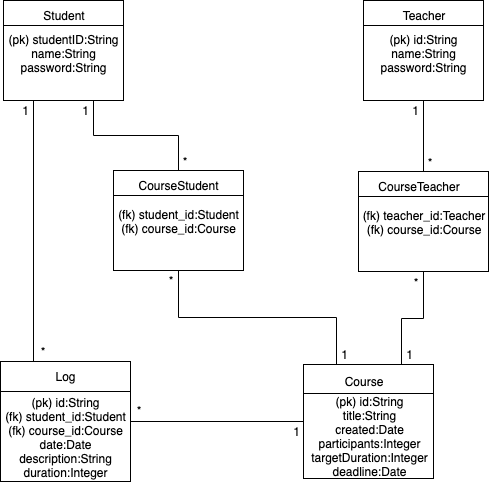
Earlier version of the draw.io export timetracker.png (MikaelTornwall/timetracker). Source tidied: cells renumbered, new cells last; positions are measured from the earlier drawing's top-left corner, leaving out a move shared by most shapes.
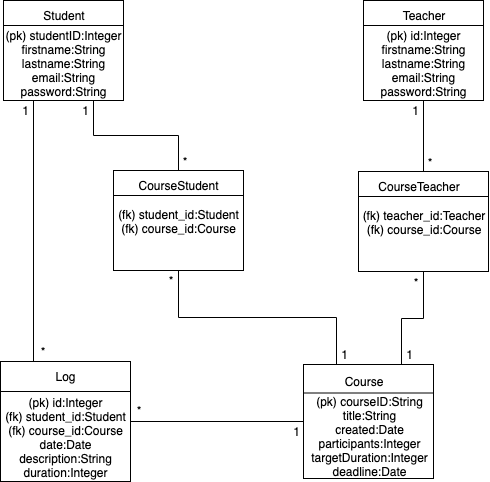
The same file after the commit.

What changed in the source:
```diff
@@ -17,8 +17,8 @@
     <mxCell id="6" value="Student" style="text;html=1;strokeColor=none;fillColor=none;align=center;verticalAlign=middle;whiteSpace=wrap;rounded=0;" parent="1" vertex="1">
       <mxGeometry x="3" width="120" height="30" as="geometry" />
     </mxCell>
-    <mxCell id="7" value="(pk) studentID:String&lt;br style=&quot;font-size: 12px&quot;&gt;name:String&lt;br style=&quot;font-size: 12px&quot;&gt;password:String" style="text;html=1;strokeColor=none;fillColor=none;align=center;verticalAlign=middle;whiteSpace=wrap;rounded=0;spacing=2;spacingTop=0;fontSize=12;" parent="1" vertex="1">
-      <mxGeometry x="3" y="25" width="120" height="55" as="geometry" />
+    <mxCell id="7" value="(pk) studentID:Integer&lt;br style=&quot;font-size: 12px&quot;&gt;firstname:String&lt;br&gt;lastname:String&lt;br&gt;email:String&lt;br style=&quot;font-size: 12px&quot;&gt;password:String" style="text;html=1;strokeColor=none;fillColor=none;align=center;verticalAlign=middle;whiteSpace=wrap;rounded=0;spacing=2;spacingTop=0;fontSize=12;" parent="1" vertex="1">
+      <mxGeometry x="3" y="25" width="120" height="75" as="geometry" />
     </mxCell>
     <mxCell id="8" style="edgeStyle=orthogonalEdgeStyle;rounded=0;jettySize=auto;html=1;exitX=0.5;exitY=1;exitDx=0;exitDy=0;entryX=0.5;entryY=0;entryDx=0;entryDy=0;endArrow=none;endFill=0;strokeWidth=1;fontSize=12;" parent="1" edge="1" source="9" target="31">
       <mxGeometry relative="1" as="geometry" />
@@ -32,8 +32,8 @@
     <mxCell id="11" value="Teacher" style="text;html=1;strokeColor=none;fillColor=none;align=center;verticalAlign=middle;whiteSpace=wrap;rounded=0;" parent="1" vertex="1">
       <mxGeometry x="363" width="120" height="30" as="geometry" />
     </mxCell>
-    <mxCell id="12" value="(pk)&amp;nbsp;id:String&lt;br&gt;name:String&lt;br&gt;password:String" style="text;html=1;strokeColor=none;fillColor=none;align=center;verticalAlign=middle;whiteSpace=wrap;rounded=0;" parent="1" vertex="1">
-      <mxGeometry x="363" y="25" width="120" height="55" as="geometry" />
+    <mxCell id="12" value="(pk)&amp;nbsp;id:Integer&lt;br&gt;firstname:String&lt;br&gt;lastname:String&lt;br&gt;email:String&lt;br&gt;password:String" style="text;html=1;strokeColor=none;fillColor=none;align=center;verticalAlign=middle;whiteSpace=wrap;rounded=0;" parent="1" vertex="1">
+      <mxGeometry x="363" y="25" width="120" height="75" as="geometry" />
     </mxCell>
     <mxCell id="13" style="rounded=0;whiteSpace=wrap;html=1;" parent="1" vertex="1">
       <mxGeometry x="303" y="364" width="130" height="114" as="geometry" />
@@ -44,7 +44,7 @@
     <mxCell id="15" value="Course" style="text;html=1;strokeColor=none;fillColor=none;align=center;verticalAlign=middle;whiteSpace=wrap;rounded=0;" parent="1" vertex="1">
       <mxGeometry x="303" y="366" width="120" height="30" as="geometry" />
     </mxCell>
-    <mxCell id="16" value="(pk)&amp;nbsp;id:String&lt;br&gt;title:String&lt;br&gt;created:Date&lt;br&gt;participants:Integer&lt;br&gt;targetDuration:Integer&lt;br&gt;deadline:Date" style="text;html=1;strokeColor=none;fillColor=none;align=center;verticalAlign=middle;whiteSpace=wrap;rounded=0;spacing=2;spacingTop=0;fontSize=12;" parent="1" vertex="1">
+    <mxCell id="16" value="(pk)&amp;nbsp;courseID:String&lt;br&gt;title:String&lt;br&gt;created:Date&lt;br&gt;participants:Integer&lt;br&gt;targetDuration:Integer&lt;br&gt;deadline:Date" style="text;html=1;strokeColor=none;fillColor=none;align=center;verticalAlign=middle;whiteSpace=wrap;rounded=0;spacing=2;spacingTop=0;fontSize=12;" parent="1" vertex="1">
       <mxGeometry x="304" y="392.5" width="130" height="85" as="geometry" />
     </mxCell>
     <mxCell id="17" style="edgeStyle=orthogonalEdgeStyle;rounded=0;jettySize=auto;html=1;exitX=1;exitY=0.5;exitDx=0;exitDy=0;entryX=0;entryY=0.5;entryDx=0;entryDy=0;endArrow=none;endFill=0;strokeWidth=1;fontSize=12;" parent="1" edge="1" source="18" target="13">
@@ -59,7 +59,7 @@
     <mxCell id="20" value="Log" style="text;html=1;strokeColor=none;fillColor=none;align=center;verticalAlign=middle;whiteSpace=wrap;rounded=0;" parent="1" vertex="1">
       <mxGeometry y="361" width="130" height="30" as="geometry" />
     </mxCell>
-    <mxCell id="21" value="(pk)&amp;nbsp;id:String&lt;br&gt;(fk) student_id:Student&lt;br&gt;(fk) course_id:Course&lt;br&gt;date:Date&lt;br&gt;description:String&lt;br&gt;duration:Integer" style="text;html=1;strokeColor=none;fillColor=none;align=center;verticalAlign=middle;whiteSpace=wrap;rounded=0;spacing=2;spacingTop=0;fontSize=12;" parent="1" vertex="1">
+    <mxCell id="21" value="(pk)&amp;nbsp;id:Integer&lt;br&gt;(fk) student_id:Student&lt;br&gt;(fk) course_id:Course&lt;br&gt;date:Date&lt;br&gt;description:String&lt;br&gt;duration:Integer" style="text;html=1;strokeColor=none;fillColor=none;align=center;verticalAlign=middle;whiteSpace=wrap;rounded=0;spacing=2;spacingTop=0;fontSize=12;" parent="1" vertex="1">
       <mxGeometry y="391" width="130" height="90" as="geometry" />
     </mxCell>
     <mxCell id="22" value="1" style="text;html=1;strokeColor=none;fillColor=none;align=center;verticalAlign=middle;whiteSpace=wrap;rounded=0;fontSize=12;" parent="1" vertex="1">
```
